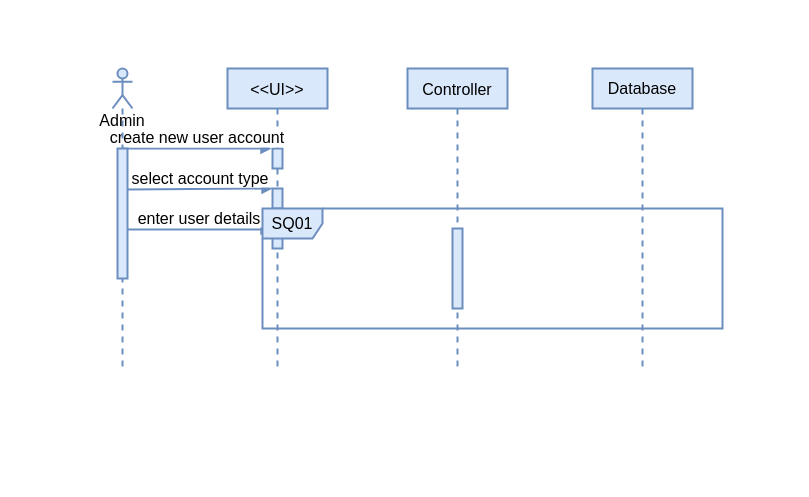
The draw.io diagram page "Create user SD" (1 of 5) of Sequence Diagram.drawio in fasil712/UML_Diagram_Design, before the edit. Source tidied: cells renumbered, new cells numbered last; positions are measured from the earlier drawing's top-left corner, leaving out a move shared by most shapes. Both pictures are drawn from the tidied source at 100%, with x=0, y=0 at pixel (112, 68).
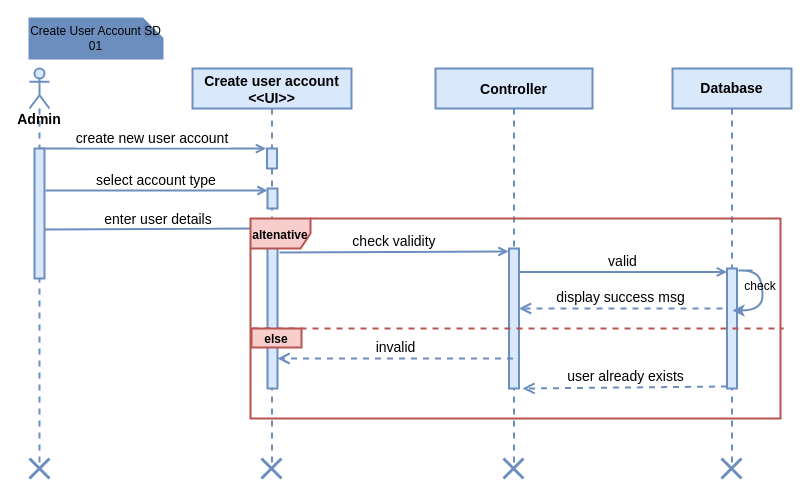
After the change.

Unchanged cells that the change refers to:
```xml
<mxCell id="10" style="html=1;points=[];perimeter=orthogonalPerimeter;fillColor=#dae8fc;strokeColor=#6c8ebf;fontSize=16;strokeWidth=2;" parent="9" vertex="1">
  <mxGeometry x="5" y="80" width="10" height="130" as="geometry" />
</mxCell>
```

Change to the diagram source:
```diff
@@
-    <mxCell id="2" value="&lt;&lt;UI&gt;&gt;" style="shape=umlLifeline;perimeter=lifelinePerimeter;rounded=0;shadow=0;strokeWidth=2;fillColor=#dae8fc;strokeColor=#6c8ebf;fontSize=16;" parent="1" vertex="1">
-      <mxGeometry x="115" width="100" height="300" as="geometry" />
+    <mxCell id="2" value="Create user account&#10;&lt;&lt;UI&gt;&gt;" style="shape=umlLifeline;perimeter=lifelinePerimeter;rounded=0;shadow=0;strokeWidth=2;fillColor=#dae8fc;strokeColor=#6c8ebf;fontSize=14;fontStyle=1;" parent="1" vertex="1">
+      <mxGeometry x="80" width="159" height="400" as="geometry" />
     </mxCell>
     <mxCell id="3" style="points=[];perimeter=orthogonalPerimeter;rounded=0;shadow=0;strokeWidth=2;fillColor=#dae8fc;strokeColor=#6c8ebf;fontSize=16;" parent="2" vertex="1">
-      <mxGeometry x="45" y="80" width="10" height="20" as="geometry" />
+      <mxGeometry x="74.5" y="80" width="10" height="20" as="geometry" />
     </mxCell>
     <mxCell id="4" style="html=1;points=[];perimeter=orthogonalPerimeter;fillColor=#dae8fc;strokeColor=#6c8ebf;fontSize=16;strokeWidth=2;" parent="2" vertex="1">
-      <mxGeometry x="45" y="120" width="10" height="20" as="geometry" />
+      <mxGeometry x="75" y="120" width="10" height="20" as="geometry" />
     </mxCell>
     <mxCell id="5" style="html=1;points=[];perimeter=orthogonalPerimeter;fillColor=#dae8fc;strokeColor=#6c8ebf;fontSize=16;strokeWidth=2;" parent="2" vertex="1">
-      <mxGeometry x="45" y="160" width="10" height="20" as="geometry" />
+      <mxGeometry x="75" y="160" width="10" height="160" as="geometry" />
     </mxCell>
-    <mxCell id="6" value="Controller" style="shape=umlLifeline;perimeter=lifelinePerimeter;rounded=0;shadow=0;strokeWidth=2;fillColor=#dae8fc;strokeColor=#6c8ebf;fontSize=16;" parent="1" vertex="1">
-      <mxGeometry x="295" width="100" height="300" as="geometry" />
+    <mxCell id="6" value="Controller" style="shape=umlLifeline;perimeter=lifelinePerimeter;rounded=0;shadow=0;strokeWidth=2;fillColor=#dae8fc;strokeColor=#6c8ebf;fontSize=14;fontStyle=1;" parent="1" vertex="1">
+      <mxGeometry x="323" width="157" height="400" as="geometry" />
     </mxCell>
     <mxCell id="7" style="points=[];perimeter=orthogonalPerimeter;rounded=0;shadow=0;strokeWidth=2;fillColor=#dae8fc;strokeColor=#6c8ebf;fontSize=16;" parent="6" vertex="1">
-      <mxGeometry x="45" y="160" width="10" height="80" as="geometry" />
+      <mxGeometry x="73.5" y="180" width="10" height="140" as="geometry" />
     </mxCell>
-    <mxCell id="8" value="create new user account" style="verticalAlign=bottom;endArrow=block;shadow=0;strokeWidth=2;entryX=-0.1;entryY=0.005;entryDx=0;entryDy=0;entryPerimeter=0;fillColor=#dae8fc;strokeColor=#6c8ebf;fontSize=16;" parent="1" edge="1" source="9" target="3">
+    <mxCell id="8" value="create new user account" style="verticalAlign=bottom;endArrow=open;shadow=0;strokeWidth=2;entryX=-0.1;entryY=0.005;entryDx=0;entryDy=0;entryPerimeter=0;fillColor=#dae8fc;strokeColor=#6c8ebf;fontSize=14;endFill=0;" parent="1" edge="1" source="9" target="3">
       <mxGeometry relative="1" as="geometry" />
     </mxCell>
-    <mxCell id="9" value="Admin" style="shape=umlLifeline;participant=umlActor;perimeter=lifelinePerimeter;whiteSpace=wrap;html=1;verticalAlign=top;spacingTop=36;outlineConnect=0;size=40;fillColor=#dae8fc;strokeColor=#6c8ebf;fontSize=16;strokeWidth=2;" parent="1" vertex="1">
-      <mxGeometry width="20" height="300" as="geometry" />
+    <mxCell id="9" value="Admin" style="shape=umlLifeline;participant=umlActor;perimeter=lifelinePerimeter;whiteSpace=wrap;html=1;verticalAlign=top;spacingTop=36;outlineConnect=0;size=40;fillColor=#dae8fc;strokeColor=#6c8ebf;fontSize=14;strokeWidth=2;fontStyle=1;" parent="1" vertex="1">
+      <mxGeometry x="-83" width="20" height="400" as="geometry" />
     </mxCell>
@@
-    <mxCell id="11" value="Database" style="shape=umlLifeline;perimeter=lifelinePerimeter;whiteSpace=wrap;html=1;fillColor=#dae8fc;strokeColor=#6c8ebf;fontSize=16;strokeWidth=2;" parent="1" vertex="1">
-      <mxGeometry x="480" width="100" height="300" as="geometry" />
+    <mxCell id="11" value="Database" style="shape=umlLifeline;perimeter=lifelinePerimeter;whiteSpace=wrap;html=1;fillColor=#dae8fc;strokeColor=#6c8ebf;fontSize=14;strokeWidth=2;fontStyle=1;" parent="1" vertex="1">
+      <mxGeometry x="560" width="119" height="400" as="geometry" />
     </mxCell>
+    <mxCell id="15" style="points=[];perimeter=orthogonalPerimeter;rounded=0;shadow=0;strokeWidth=2;fillColor=#dae8fc;strokeColor=#6c8ebf;fontSize=16;" parent="11" vertex="1">
+      <mxGeometry x="54.5" y="200" width="10" height="120" as="geometry" />
+    </mxCell>
+    <mxCell id="16" value="user already exists" style="html=1;verticalAlign=bottom;endArrow=open;dashed=1;endSize=8;rounded=0;fontSize=14;fontColor=#000000;strokeColor=#6C8EBF;strokeWidth=2;exitX=-0.2;exitY=0.475;exitDx=0;exitDy=0;exitPerimeter=0;" parent="11" edge="1">
+      <mxGeometry relative="1" as="geometry">
+        <mxPoint x="54.5" y="318" as="sourcePoint" />
+        <mxPoint x="-150" y="320" as="targetPoint" />
+      </mxGeometry>
+    </mxCell>
-    <mxCell id="12" value="select account type" style="verticalAlign=bottom;endArrow=block;shadow=0;strokeWidth=2;fillColor=#dae8fc;strokeColor=#6c8ebf;fontSize=16;" parent="1" edge="1">
-      <mxGeometry relative="1" as="geometry">
-        <mxPoint x="15" y="121" as="sourcePoint" />
-        <mxPoint x="160" y="120" as="targetPoint" />
-      </mxGeometry>
+    <mxCell id="12" value="select account type" style="verticalAlign=bottom;endArrow=open;shadow=0;strokeWidth=2;fillColor=#dae8fc;strokeColor=#6c8ebf;fontSize=14;exitX=1.1;exitY=0.323;exitDx=0;exitDy=0;exitPerimeter=0;endFill=0;" parent="1" edge="1" source="10" target="4">
+      <mxGeometry relative="1" as="geometry" />
     </mxCell>
-    <mxCell id="13" value="enter user details" style="verticalAlign=bottom;endArrow=block;shadow=0;strokeWidth=2;entryX=-0.1;entryY=0.05;entryDx=0;entryDy=0;entryPerimeter=0;exitX=1;exitY=0.623;exitDx=0;exitDy=0;exitPerimeter=0;fillColor=#dae8fc;strokeColor=#6c8ebf;fontSize=16;" parent="1" edge="1" source="10" target="5">
-      <mxGeometry relative="1" as="geometry" />
+    <mxCell id="13" value="enter user details" style="verticalAlign=bottom;endArrow=open;shadow=0;strokeWidth=2;exitX=1;exitY=0.623;exitDx=0;exitDy=0;exitPerimeter=0;fillColor=#dae8fc;strokeColor=#6c8ebf;fontSize=14;endFill=0;" parent="1" edge="1" source="10">
+      <mxGeometry relative="1" as="geometry">
+        <mxPoint x="160" y="160" as="targetPoint" />
+      </mxGeometry>
     </mxCell>
-    <mxCell id="14" value="SQ01" style="shape=umlFrame;whiteSpace=wrap;html=1;fillColor=#dae8fc;strokeColor=#6c8ebf;fontSize=16;strokeWidth=2;" parent="1" vertex="1">
-      <mxGeometry x="150" y="140" width="460" height="120" as="geometry" />
+    <mxCell id="14" value="&lt;b&gt;&lt;font style=&quot;font-size: 12px;&quot;&gt;altenative&lt;/font&gt;&lt;/b&gt;" style="shape=umlFrame;whiteSpace=wrap;html=1;fillColor=#f8cecc;strokeColor=#b85450;fontSize=16;strokeWidth=2;" parent="1" vertex="1">
+      <mxGeometry x="138" y="150" width="530" height="200" as="geometry" />
     </mxCell>
+    <mxCell id="17" style="endArrow=none;dashed=1;html=1;rounded=0;strokeWidth=2;strokeColor=#b85450;fillColor=#f8cecc;entryX=1.006;entryY=0.55;entryDx=0;entryDy=0;entryPerimeter=0;" parent="1" edge="1" target="14">
+      <mxGeometry relative="1" as="geometry">
+        <mxPoint x="140" y="260" as="sourcePoint" />
+      </mxGeometry>
+    </mxCell>
+    <mxCell id="18" value="check validity" style="verticalAlign=bottom;endArrow=open;shadow=0;strokeWidth=2;exitX=1.2;exitY=0.15;exitDx=0;exitDy=0;exitPerimeter=0;fillColor=#dae8fc;strokeColor=#6c8ebf;fontSize=14;endFill=0;entryX=-0.05;entryY=0.021;entryDx=0;entryDy=0;entryPerimeter=0;" parent="1" edge="1" source="5" target="7">
+      <mxGeometry relative="1" as="geometry" />
+    </mxCell>
+    <mxCell id="19" value="&lt;div&gt;&lt;font style=&quot;font-size: 14px;&quot;&gt;display success msg&lt;/font&gt;&lt;/div&gt;" style="html=1;verticalAlign=bottom;endArrow=open;dashed=1;endSize=8;rounded=0;fontSize=14;fontColor=#000000;strokeColor=#6C8EBF;strokeWidth=2;" parent="1" edge="1" target="7">
+      <mxGeometry relative="1" as="geometry">
+        <mxPoint x="610" y="240" as="sourcePoint" />
+      </mxGeometry>
+    </mxCell>
+    <mxCell id="20" value="&lt;font style=&quot;font-size: 12px;&quot;&gt;&lt;b&gt;else&lt;/b&gt;&lt;/font&gt;" style="text;html=1;strokeColor=#b85450;fillColor=#f8cecc;align=center;verticalAlign=middle;whiteSpace=wrap;rounded=0;fontSize=14;strokeWidth=2;" parent="1" vertex="1">
+      <mxGeometry x="139" y="260" width="50" height="19" as="geometry" />
+    </mxCell>
+    <mxCell id="21" style="shape=umlDestroy;whiteSpace=wrap;html=1;strokeWidth=3;fontSize=12;fillColor=#6C8EBF;strokeColor=#6C8EBF;" parent="1" vertex="1">
+      <mxGeometry x="-83" y="390" width="20" height="20" as="geometry" />
+    </mxCell>
+    <mxCell id="22" style="shape=umlDestroy;whiteSpace=wrap;html=1;strokeWidth=3;fontSize=12;fillColor=#6C8EBF;strokeColor=#6C8EBF;" parent="1" vertex="1">
+      <mxGeometry x="149" y="390" width="20" height="20" as="geometry" />
+    </mxCell>
+    <mxCell id="23" style="shape=umlDestroy;whiteSpace=wrap;html=1;strokeWidth=3;fontSize=12;fillColor=#6C8EBF;strokeColor=#6C8EBF;" parent="1" vertex="1">
+      <mxGeometry x="391" y="390" width="20" height="20" as="geometry" />
+    </mxCell>
+    <mxCell id="24" style="shape=umlDestroy;whiteSpace=wrap;html=1;strokeWidth=3;fontSize=12;fillColor=#6C8EBF;strokeColor=#6C8EBF;" parent="1" vertex="1">
+      <mxGeometry x="609" y="390" width="20" height="20" as="geometry" />
+    </mxCell>
+    <mxCell id="25" value="valid" style="verticalAlign=bottom;endArrow=open;shadow=0;strokeWidth=2;exitX=1;exitY=0.167;exitDx=0;exitDy=0;exitPerimeter=0;fillColor=#dae8fc;strokeColor=#6c8ebf;fontSize=14;endFill=0;startArrow=none;" parent="1" edge="1" source="7" target="15">
+      <mxGeometry relative="1" as="geometry" />
+    </mxCell>
+    <mxCell id="26" value="invalid" style="html=1;verticalAlign=bottom;endArrow=open;dashed=1;endSize=8;rounded=0;fontSize=14;fontColor=#000000;strokeColor=#6C8EBF;strokeWidth=2;" parent="1" edge="1">
+      <mxGeometry relative="1" as="geometry">
+        <mxPoint x="400.5" y="290" as="sourcePoint" />
+        <mxPoint x="165" y="290" as="targetPoint" />
+      </mxGeometry>
+    </mxCell>
+    <mxCell id="27" style="curved=1;endArrow=classic;html=1;rounded=0;fontSize=12;fontColor=#000000;strokeColor=#6C8EBF;strokeWidth=2;" parent="1" edge="1">
+      <mxGeometry relative="1" as="geometry">
+        <mxPoint x="640" y="202" as="sourcePoint" />
+        <mxPoint x="620" y="242" as="targetPoint" />
+        <Array as="points">
+          <mxPoint x="620" y="202" />
+          <mxPoint x="640" y="202" />
+          <mxPoint x="650" y="212" />
+          <mxPoint x="650" y="242" />
+        </Array>
+      </mxGeometry>
+    </mxCell>
+    <mxCell id="28" value="check" style="text;html=1;strokeColor=none;fillColor=none;align=center;verticalAlign=middle;whiteSpace=wrap;rounded=0;fontSize=12;fontColor=#000000;" parent="1" vertex="1">
+      <mxGeometry x="628" y="210" width="40" height="15" as="geometry" />
+    </mxCell>
+    <mxCell id="29" value="Create User Account SD 01" style="shape=note;whiteSpace=wrap;html=1;backgroundOutline=1;darkOpacity=0.05;fontSize=12;fontColor=#000000;strokeColor=#6C8EBF;strokeWidth=2;fillColor=#6C8EBF;size=20;" parent="1" vertex="1">
+      <mxGeometry x="-83" y="-50" width="133" height="40" as="geometry" />
+    </mxCell>
```
